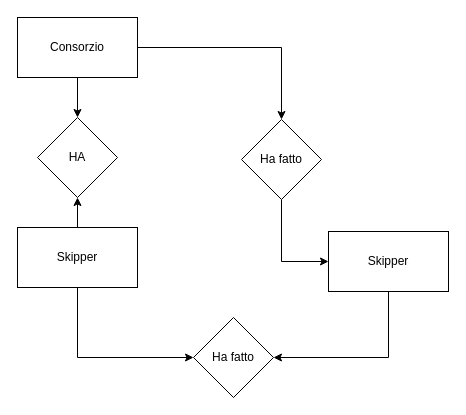
justvicthor/justvicthor keeps this draw.io diagram as Coppa America.drawio. Above is the earlier version. Source tidied: cells renumbered, new cells numbered last; positions are measured from the earlier drawing's top-left corner, leaving out a move shared by most shapes. Both pictures are drawn from the tidied source at 100%, with x=0, y=0 at pixel (17, 17).
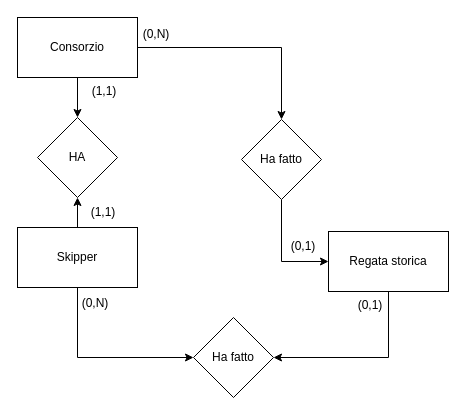
After the change.

Change to the diagram source:
```diff
@@
 <mxGraphModel>
   <root>
     <mxCell id="0" />
     <mxCell id="1" parent="0" />
     <mxCell id="2" style="edgeStyle=orthogonalEdgeStyle;rounded=0;jettySize=auto;html=1;startArrow=none;startFill=0;" parent="1" edge="1" source="4" target="8">
       <mxGeometry relative="1" as="geometry" />
     </mxCell>
     <mxCell id="3" style="edgeStyle=orthogonalEdgeStyle;rounded=0;jettySize=auto;html=1;exitX=1;exitY=0.5;exitDx=0;exitDy=0;entryX=0.5;entryY=0;entryDx=0;entryDy=0;" parent="1" edge="1" source="4" target="10">
       <mxGeometry relative="1" as="geometry" />
     </mxCell>
     <mxCell id="4" value="Consorzio" style="rounded=0;whiteSpace=wrap;html=1;" parent="1" vertex="1">
       <mxGeometry width="120" height="60" as="geometry" />
     </mxCell>
     <mxCell id="5" style="edgeStyle=orthogonalEdgeStyle;rounded=0;jettySize=auto;html=1;" parent="1" edge="1" source="7" target="8">
       <mxGeometry relative="1" as="geometry" />
     </mxCell>
     <mxCell id="6" style="edgeStyle=orthogonalEdgeStyle;rounded=0;jettySize=auto;html=1;exitX=0.5;exitY=1;exitDx=0;exitDy=0;entryX=0;entryY=0.5;entryDx=0;entryDy=0;" parent="1" edge="1" source="7" target="13">
       <mxGeometry relative="1" as="geometry" />
     </mxCell>
     <mxCell id="7" value="Skipper" style="rounded=0;whiteSpace=wrap;html=1;" parent="1" vertex="1">
       <mxGeometry y="210" width="120" height="60" as="geometry" />
     </mxCell>
     <mxCell id="8" value="HA" style="rhombus;whiteSpace=wrap;html=1;" parent="1" vertex="1">
       <mxGeometry x="20" y="100" width="80" height="80" as="geometry" />
     </mxCell>
     <mxCell id="9" style="edgeStyle=orthogonalEdgeStyle;rounded=0;jettySize=auto;html=1;exitX=0.5;exitY=1;exitDx=0;exitDy=0;entryX=0;entryY=0.5;entryDx=0;entryDy=0;" parent="1" edge="1" source="10" target="12">
       <mxGeometry relative="1" as="geometry" />
     </mxCell>
     <mxCell id="10" value="Ha fatto" style="rhombus;whiteSpace=wrap;html=1;" parent="1" vertex="1">
       <mxGeometry x="224" y="102" width="80" height="80" as="geometry" />
     </mxCell>
     <mxCell id="11" style="edgeStyle=orthogonalEdgeStyle;rounded=0;jettySize=auto;html=1;exitX=0.5;exitY=1;exitDx=0;exitDy=0;entryX=1;entryY=0.5;entryDx=0;entryDy=0;" parent="1" edge="1" source="12" target="13">
       <mxGeometry relative="1" as="geometry" />
     </mxCell>
-    <mxCell id="12" value="Skipper" style="rounded=0;whiteSpace=wrap;html=1;" parent="1" vertex="1">
+    <mxCell id="12" value="Regata storica" style="rounded=0;whiteSpace=wrap;html=1;" parent="1" vertex="1">
       <mxGeometry x="311" y="214" width="120" height="60" as="geometry" />
     </mxCell>
     <mxCell id="13" value="Ha fatto" style="rhombus;whiteSpace=wrap;html=1;" parent="1" vertex="1">
       <mxGeometry x="176" y="300" width="80" height="80" as="geometry" />
     </mxCell>
+    <mxCell id="14" value="(1,1)" style="text;html=1;strokeColor=none;fillColor=none;align=center;verticalAlign=middle;whiteSpace=wrap;rounded=0;" parent="1" vertex="1">
+      <mxGeometry x="56" y="180" width="60" height="30" as="geometry" />
+    </mxCell>
+    <mxCell id="15" value="(1,1)" style="text;html=1;strokeColor=none;fillColor=none;align=center;verticalAlign=middle;whiteSpace=wrap;rounded=0;" parent="1" vertex="1">
+      <mxGeometry x="57" y="59" width="60" height="30" as="geometry" />
+    </mxCell>
+    <mxCell id="16" value="(0,N)" style="text;html=1;strokeColor=none;fillColor=none;align=center;verticalAlign=middle;whiteSpace=wrap;rounded=0;" parent="1" vertex="1">
+      <mxGeometry x="109" y="2" width="60" height="30" as="geometry" />
+    </mxCell>
+    <mxCell id="17" value="(0,1)" style="text;html=1;strokeColor=none;fillColor=none;align=center;verticalAlign=middle;whiteSpace=wrap;rounded=0;" parent="1" vertex="1">
+      <mxGeometry x="256" y="214" width="60" height="30" as="geometry" />
+    </mxCell>
+    <mxCell id="18" value="(0,1)" style="text;html=1;strokeColor=none;fillColor=none;align=center;verticalAlign=middle;whiteSpace=wrap;rounded=0;" parent="1" vertex="1">
+      <mxGeometry x="323" y="273" width="60" height="30" as="geometry" />
+    </mxCell>
+    <mxCell id="19" value="(0,N)" style="text;html=1;strokeColor=none;fillColor=none;align=center;verticalAlign=middle;whiteSpace=wrap;rounded=0;" parent="1" vertex="1">
+      <mxGeometry x="48" y="271" width="60" height="30" as="geometry" />
+    </mxCell>
   </root>
 </mxGraphModel>
```
